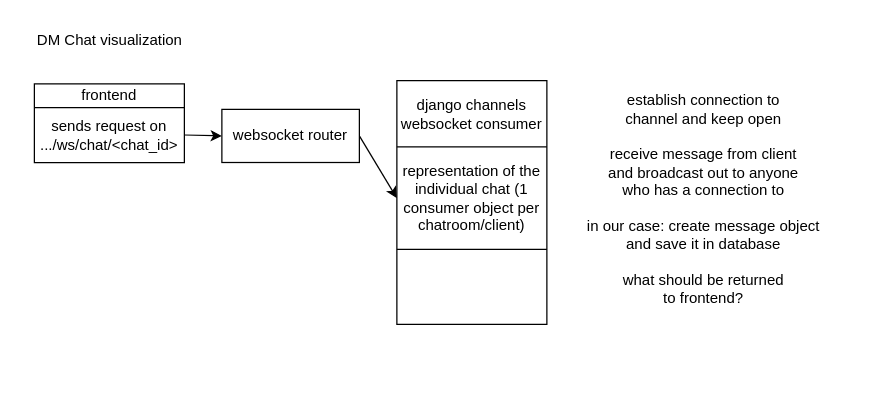
vasilisalmpanis/ft_trancendence keeps this draw.io diagram as docs/dm_chat.drawio. Above is the earlier version. Source tidied: cells renumbered, new cells numbered last; positions are measured from the earlier drawing's top-left corner, leaving out a move shared by most shapes. Both pictures are drawn from the tidied source at 125%, with x=0, y=0 at pixel (21, 21).
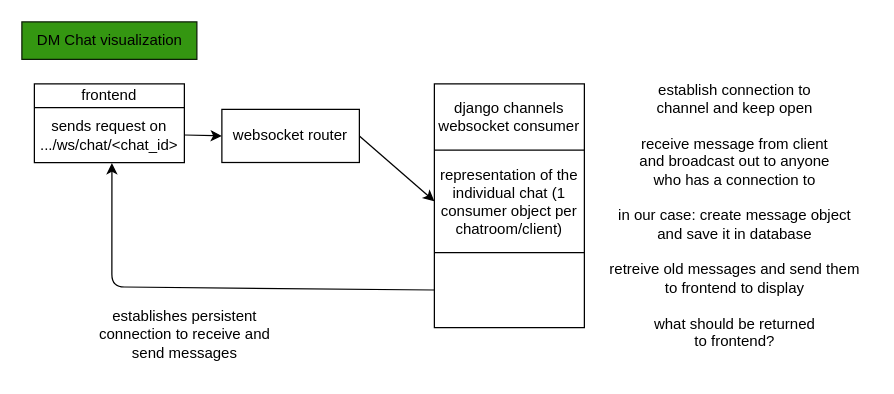
Above is the later version.

Commit message (it also covers changes not shown here):
chat foundation

Unchanged cells that the change refers to:
```xml
<mxCell id="8" style="shape=tableRow;horizontal=0;startSize=0;swimlaneHead=0;swimlaneBody=0;top=0;left=0;bottom=0;right=0;fillColor=none;points=[[0,0.5],[1,0.5]];portConstraint=eastwest;shadow=0;" parent="5" vertex="1">
  <mxGeometry y="19" width="120" height="44" as="geometry" />
</mxCell>
<mxCell id="15" style="shape=tableRow;horizontal=0;startSize=0;swimlaneHead=0;swimlaneBody=0;top=0;left=0;bottom=0;right=0;fillColor=none;points=[[0,0.5],[1,0.5]];portConstraint=eastwest;shadow=0;" parent="10" vertex="1">
  <mxGeometry y="135" width="120" height="60" as="geometry" />
</mxCell>
```

Diff of the diagram source:
```diff
@@
     <mxCell id="10" style="shape=table;startSize=0;childLayout=tableLayout;shadow=0;" parent="1" vertex="1">
-      <mxGeometry x="300" y="47" width="120" height="195" as="geometry" />
+      <mxGeometry x="330" y="49.5" width="120" height="195" as="geometry" />
     </mxCell>
@@
-    <mxCell id="17" value="establish connection to&lt;br&gt;channel and keep open&lt;br&gt;&lt;br&gt;receive message from client&lt;br&gt;and broadcast out to anyone&lt;br&gt;who has a connection to&lt;br&gt;&lt;br&gt;in our case: create message object&lt;br&gt;and save it in database&lt;br&gt;&lt;br&gt;what should be returned&lt;br&gt;to frontend?" style="text;html=1;align=center;verticalAlign=middle;strokeColor=none;fillColor=none;shadow=0;" parent="1" vertex="1">
-      <mxGeometry x="440" y="47" width="210" height="190" as="geometry" />
+    <mxCell id="17" value="establish connection to&lt;br&gt;channel and keep open&lt;br&gt;&lt;br&gt;receive message from client&lt;br&gt;and broadcast out to anyone&lt;br&gt;who has a connection to&lt;br&gt;&lt;br&gt;in our case: create message object&lt;br&gt;and save it in database&lt;br&gt;&lt;br&gt;retreive old messages and send them&lt;br&gt;to frontend to display&lt;br&gt;&lt;br&gt;what should be returned&lt;br&gt;to frontend?" style="text;html=1;align=center;verticalAlign=middle;strokeColor=none;fillColor=none;shadow=0;" parent="1" vertex="1">
+      <mxGeometry x="460" y="40" width="220" height="230" as="geometry" />
     </mxCell>
-    <mxCell id="18" value="DM Chat visualization" style="text;html=1;align=center;verticalAlign=middle;strokeColor=none;fillColor=none;" parent="1" vertex="1">
+    <mxCell id="18" value="DM Chat visualization" style="text;html=1;align=center;verticalAlign=middle;strokeColor=#0C1D07;fillColor=#349611;" parent="1" vertex="1">
       <mxGeometry width="140" height="30" as="geometry" />
     </mxCell>
+    <mxCell id="19" style="edgeStyle=none;html=1;exitX=0;exitY=0.5;exitDx=0;exitDy=0;entryX=0.517;entryY=1.011;entryDx=0;entryDy=0;entryPerimeter=0;" parent="1" edge="1" source="15" target="8">
+      <mxGeometry relative="1" as="geometry">
+        <Array as="points">
+          <mxPoint x="72" y="212" />
+        </Array>
+      </mxGeometry>
+    </mxCell>
+    <mxCell id="20" value="establishes persistent&lt;br&gt;connection to receive and&lt;br&gt;send messages" style="text;html=1;align=center;verticalAlign=middle;strokeColor=none;fillColor=none;" parent="1" vertex="1">
+      <mxGeometry x="50" y="220" width="160" height="60" as="geometry" />
+    </mxCell>
```
